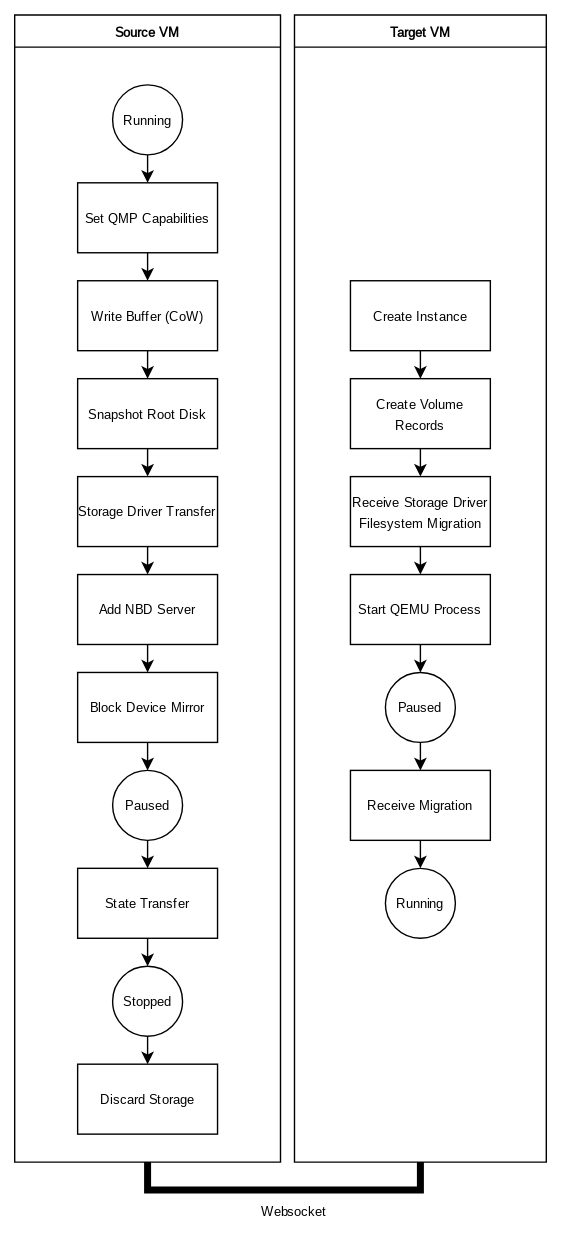
Above: doc/images/vm_live_migration_flowchart.svg in canonical/lxd (draw.io), before the change. Source tidied: cells renumbered, new cells last; positions are measured from the earlier drawing's top-left corner, leaving out a move shared by most shapes.
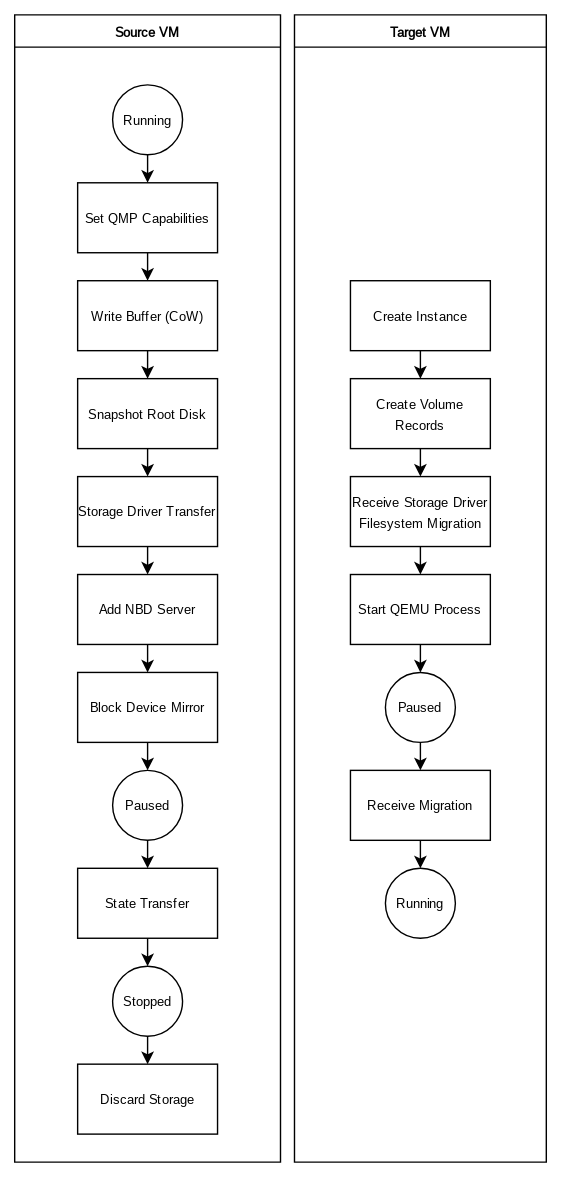
Above is the later version.

Commit message:
doc/images: Update VM live migration implementation diagrams

Diff of the diagram source:
```diff
@@ -2,9 +2,6 @@
   <root>
     <mxCell id="0" />
     <mxCell id="1" parent="0" />
-    <mxCell id="2" style="edgeStyle=orthogonalEdgeStyle;rounded=0;jettySize=auto;html=1;exitX=0.5;exitY=1;exitDx=0;exitDy=0;entryX=0.5;entryY=1;entryDx=0;entryDy=0;strokeWidth=5;endArrow=none;endFill=0;" parent="1" edge="1" source="3" target="22">
-      <mxGeometry relative="1" as="geometry" />
-    </mxCell>
     <mxCell id="3" value="&lt;font style=&quot;font-size: 9px;&quot; face=&quot;Ubuntu Sans&quot;&gt;Source VM&lt;/font&gt;" style="swimlane;whiteSpace=wrap;html=1;align=center;" parent="1" vertex="1">
       <mxGeometry width="190" height="820" as="geometry" />
     </mxCell>
@@ -115,8 +112,5 @@
     <mxCell id="38" style="edgeStyle=orthogonalEdgeStyle;rounded=0;jettySize=auto;html=1;exitX=0.5;exitY=1;exitDx=0;exitDy=0;entryX=0.5;entryY=0;entryDx=0;entryDy=0;" parent="1" edge="1" source="10" target="37">
       <mxGeometry relative="1" as="geometry" />
     </mxCell>
-    <mxCell id="39" value="&lt;font style=&quot;font-size: 9px;&quot; face=&quot;Ubuntu Sans&quot;&gt;Websocket&lt;/font&gt;" style="text;html=1;align=center;verticalAlign=middle;whiteSpace=wrap;rounded=0;" parent="1" vertex="1">
-      <mxGeometry x="170" y="840" width="60" height="30" as="geometry" />
-    </mxCell>
   </root>
 </mxGraphModel>
```
